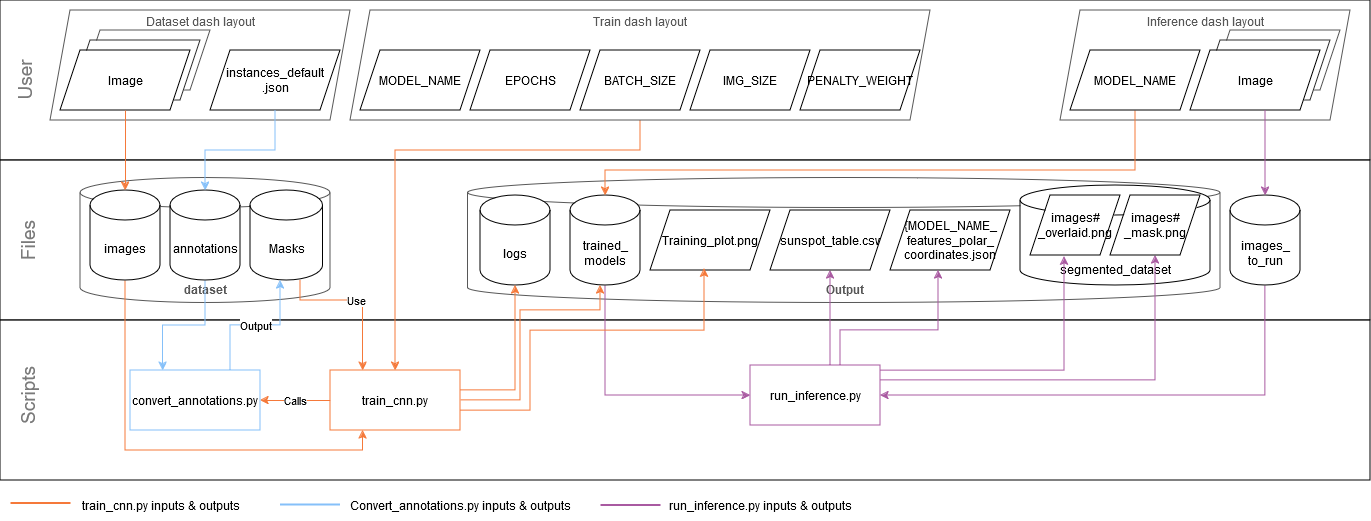
The draw.io diagram assets/Sunspot-dashboard(demo).png in Geoffrey-Vdg/Sunspot-dashboard, before a commit. Source tidied: cells renumbered, new cells last; positions are measured from the earlier drawing's top-left corner, leaving out a move shared by most shapes.
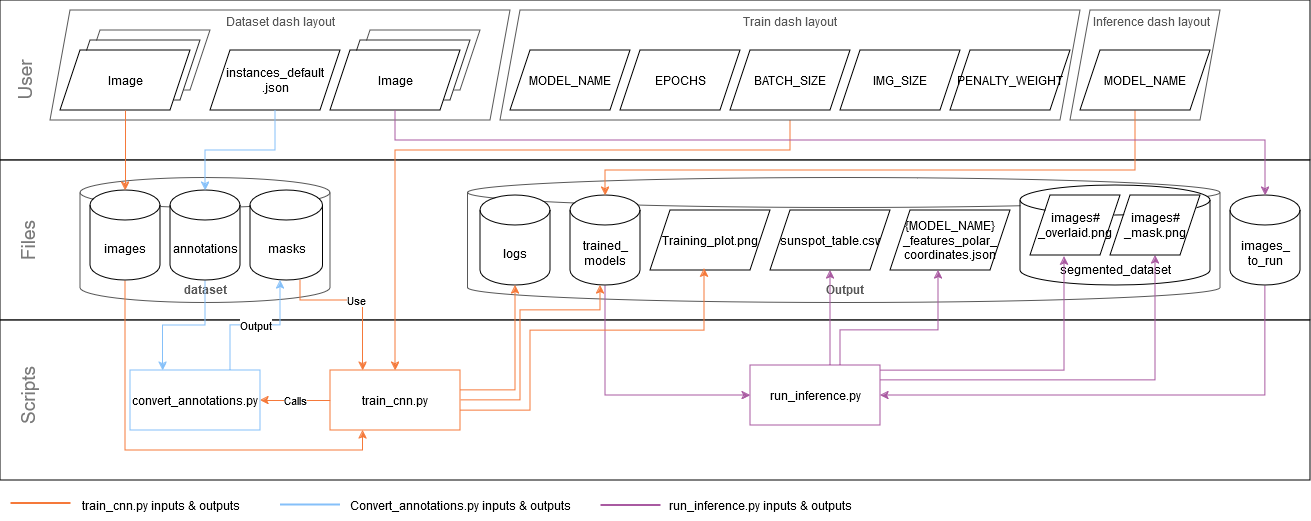
Above is the later version.

Commit message:
updated software architecture image

The edit, as a diff of the source:
```diff
@@ -3,10 +3,10 @@
     <mxCell id="0" />
     <mxCell id="1" parent="0" />
     <mxCell id="2" style="rounded=0;whiteSpace=wrap;html=1;" parent="1" vertex="1">
-      <mxGeometry x="10" width="1370" height="160" as="geometry" />
+      <mxGeometry x="10" width="1310" height="160" as="geometry" />
     </mxCell>
     <mxCell id="3" style="rounded=0;whiteSpace=wrap;html=1;" parent="1" vertex="1">
-      <mxGeometry x="10" y="160" width="1370" height="160" as="geometry" />
+      <mxGeometry x="10" y="160" width="1310" height="160" as="geometry" />
     </mxCell>
     <mxCell id="4" value="&lt;div align=&quot;center&quot;&gt;&lt;font color=&quot;#575757&quot;&gt;&lt;b&gt;&lt;br&gt;&lt;/b&gt;&lt;/font&gt;&lt;/div&gt;&lt;div align=&quot;center&quot;&gt;&lt;font color=&quot;#575757&quot;&gt;&lt;b&gt;&lt;br&gt;&lt;/b&gt;&lt;/font&gt;&lt;/div&gt;&lt;div align=&quot;center&quot;&gt;&lt;font color=&quot;#575757&quot;&gt;&lt;b&gt;&lt;br&gt;&lt;/b&gt;&lt;/font&gt;&lt;/div&gt;&lt;div align=&quot;center&quot;&gt;&lt;font color=&quot;#575757&quot;&gt;&lt;b&gt;&lt;br&gt;&lt;/b&gt;&lt;/font&gt;&lt;/div&gt;&lt;div align=&quot;center&quot;&gt;&lt;font color=&quot;#575757&quot;&gt;&lt;b&gt;&lt;br&gt;&lt;/b&gt;&lt;/font&gt;&lt;/div&gt;&lt;div align=&quot;center&quot;&gt;&lt;font color=&quot;#575757&quot;&gt;&lt;b&gt;dataset&lt;/b&gt;&lt;/font&gt;&lt;/div&gt;" style="shape=cylinder3;whiteSpace=wrap;html=1;boundedLbl=1;backgroundOutline=1;size=15;fillColor=none;align=center;strokeColor=#575757;" parent="1" vertex="1">
       <mxGeometry x="90" y="177.5" width="250" height="125" as="geometry" />
@@ -21,7 +21,7 @@
       <mxGeometry x="477.5" y="177.5" width="752.5" height="125" as="geometry" />
     </mxCell>
     <mxCell id="8" style="rounded=0;whiteSpace=wrap;html=1;" parent="1" vertex="1">
-      <mxGeometry x="10" y="320" width="1370" height="160" as="geometry" />
+      <mxGeometry x="10" y="320" width="1310" height="160" as="geometry" />
     </mxCell>
     <mxCell id="9" value="&lt;font style=&quot;font-size: 19px;&quot; color=&quot;#7a7a7a&quot;&gt;Scripts&lt;/font&gt;" style="text;whiteSpace=wrap;html=1;strokeWidth=1;align=center;rotation=-90;" parent="1" vertex="1">
       <mxGeometry y="380" width="70" height="30" as="geometry" />
@@ -62,7 +62,7 @@
       <mxGeometry x="80" y="40" width="130" height="60" as="geometry" />
     </mxCell>
     <mxCell id="18" value="&lt;div&gt;&lt;font color=&quot;#575757&quot;&gt;Dataset dash layout&lt;/font&gt;&lt;/div&gt;&lt;div&gt;&lt;font color=&quot;#575757&quot;&gt;&lt;br&gt;&lt;/font&gt;&lt;/div&gt;&lt;div&gt;&lt;font color=&quot;#575757&quot;&gt;&lt;br&gt;&lt;/font&gt;&lt;/div&gt;&lt;div&gt;&lt;font color=&quot;#575757&quot;&gt;&lt;br&gt;&lt;/font&gt;&lt;/div&gt;&lt;div&gt;&lt;font color=&quot;#575757&quot;&gt;&lt;br&gt;&lt;/font&gt;&lt;/div&gt;&lt;div&gt;&lt;font color=&quot;#575757&quot;&gt;&lt;br&gt;&lt;/font&gt;&lt;/div&gt;&lt;div&gt;&lt;font color=&quot;#575757&quot;&gt;&lt;br&gt;&lt;/font&gt;&lt;/div&gt;" style="shape=parallelogram;perimeter=parallelogramPerimeter;whiteSpace=wrap;html=1;fixedSize=1;fillColor=none;strokeColor=#575757;" parent="1" vertex="1">
-      <mxGeometry x="60" y="10" width="300" height="110" as="geometry" />
+      <mxGeometry x="60" y="10" width="460" height="110" as="geometry" />
     </mxCell>
     <mxCell id="19" value="Image" style="shape=parallelogram;perimeter=parallelogramPerimeter;whiteSpace=wrap;html=1;fixedSize=1;" parent="1" vertex="1">
       <mxGeometry x="70" y="50" width="130" height="60" as="geometry" />
@@ -101,38 +101,35 @@
         </Array>
       </mxGeometry>
     </mxCell>
-    <mxCell id="28" value="Masks" style="shape=cylinder3;whiteSpace=wrap;html=1;boundedLbl=1;backgroundOutline=1;size=15;" parent="1" vertex="1">
+    <mxCell id="28" value="masks" style="shape=cylinder3;whiteSpace=wrap;html=1;boundedLbl=1;backgroundOutline=1;size=15;" parent="1" vertex="1">
       <mxGeometry x="260" y="190" width="72.5" height="90" as="geometry" />
     </mxCell>
     <mxCell id="29" value="PENALTY_WEIGHT" style="shape=parallelogram;perimeter=parallelogramPerimeter;whiteSpace=wrap;html=1;fixedSize=1;" parent="1" vertex="1">
-      <mxGeometry x="810" y="50" width="120" height="60" as="geometry" />
+      <mxGeometry x="960" y="50" width="120" height="60" as="geometry" />
     </mxCell>
     <mxCell id="30" value="IMG_SIZE" style="shape=parallelogram;perimeter=parallelogramPerimeter;whiteSpace=wrap;html=1;fixedSize=1;" parent="1" vertex="1">
-      <mxGeometry x="700" y="50" width="120" height="60" as="geometry" />
+      <mxGeometry x="850" y="50" width="120" height="60" as="geometry" />
     </mxCell>
     <mxCell id="31" value="BATCH_SIZE" style="shape=parallelogram;perimeter=parallelogramPerimeter;whiteSpace=wrap;html=1;fixedSize=1;" parent="1" vertex="1">
-      <mxGeometry x="590" y="50" width="120" height="60" as="geometry" />
+      <mxGeometry x="740" y="50" width="120" height="60" as="geometry" />
     </mxCell>
     <mxCell id="32" value="EPOCHS" style="shape=parallelogram;perimeter=parallelogramPerimeter;whiteSpace=wrap;html=1;fixedSize=1;" parent="1" vertex="1">
-      <mxGeometry x="480" y="50" width="120" height="60" as="geometry" />
+      <mxGeometry x="630" y="50" width="120" height="60" as="geometry" />
     </mxCell>
     <mxCell id="33" value="MODEL_NAME" style="shape=parallelogram;perimeter=parallelogramPerimeter;whiteSpace=wrap;html=1;fixedSize=1;" parent="1" vertex="1">
-      <mxGeometry x="370" y="50" width="120" height="60" as="geometry" />
+      <mxGeometry x="520" y="50" width="120" height="60" as="geometry" />
     </mxCell>
-    <mxCell id="34" value="&lt;div&gt;&lt;font color=&quot;#575757&quot;&gt;Inference dash layout&lt;/font&gt;&lt;/div&gt;&lt;div&gt;&lt;font color=&quot;#575757&quot;&gt;&lt;br&gt;&lt;/font&gt;&lt;/div&gt;&lt;div&gt;&lt;font color=&quot;#575757&quot;&gt;&lt;br&gt;&lt;/font&gt;&lt;/div&gt;&lt;div&gt;&lt;font color=&quot;#575757&quot;&gt;&lt;br&gt;&lt;/font&gt;&lt;/div&gt;&lt;div&gt;&lt;font color=&quot;#575757&quot;&gt;&lt;br&gt;&lt;/font&gt;&lt;/div&gt;&lt;div&gt;&lt;font color=&quot;#575757&quot;&gt;&lt;br&gt;&lt;/font&gt;&lt;/div&gt;&lt;div&gt;&lt;font color=&quot;#575757&quot;&gt;&lt;br&gt;&lt;/font&gt;&lt;/div&gt;" style="shape=parallelogram;perimeter=parallelogramPerimeter;whiteSpace=wrap;html=1;fixedSize=1;fillColor=none;strokeColor=#575757;" parent="1" vertex="1">
-      <mxGeometry x="1070" y="10" width="290" height="110" as="geometry" />
+    <mxCell id="34" value="&lt;div&gt;&lt;font color=&quot;#575757&quot;&gt;&amp;nbsp;&amp;nbsp;&amp;nbsp; Inference dash layout&lt;/font&gt;&lt;/div&gt;&lt;div&gt;&lt;font color=&quot;#575757&quot;&gt;&lt;br&gt;&lt;/font&gt;&lt;/div&gt;&lt;div&gt;&lt;font color=&quot;#575757&quot;&gt;&lt;br&gt;&lt;/font&gt;&lt;/div&gt;&lt;div&gt;&lt;font color=&quot;#575757&quot;&gt;&lt;br&gt;&lt;/font&gt;&lt;/div&gt;&lt;div&gt;&lt;font color=&quot;#575757&quot;&gt;&lt;br&gt;&lt;/font&gt;&lt;/div&gt;&lt;div&gt;&lt;font color=&quot;#575757&quot;&gt;&lt;br&gt;&lt;/font&gt;&lt;/div&gt;&lt;div&gt;&lt;font color=&quot;#575757&quot;&gt;&lt;br&gt;&lt;/font&gt;&lt;/div&gt;" style="shape=parallelogram;perimeter=parallelogramPerimeter;whiteSpace=wrap;html=1;fixedSize=1;fillColor=none;strokeColor=#575757;" parent="1" vertex="1">
+      <mxGeometry x="1080" y="10" width="150" height="110" as="geometry" />
     </mxCell>
     <mxCell id="35" style="edgeStyle=orthogonalEdgeStyle;rounded=0;jettySize=auto;html=1;strokeColor=#F5793A;" parent="1" edge="1" source="36" target="12">
       <mxGeometry relative="1" as="geometry">
         <Array as="points">
-          <mxPoint x="650" y="150" />
+          <mxPoint x="800" y="150" />
           <mxPoint x="405" y="150" />
         </Array>
       </mxGeometry>
     </mxCell>
-    <mxCell id="36" value="&lt;div&gt;&lt;font color=&quot;#575757&quot;&gt;Train dash layout&lt;/font&gt;&lt;/div&gt;&lt;div&gt;&lt;font color=&quot;#575757&quot;&gt;&lt;br&gt;&lt;/font&gt;&lt;/div&gt;&lt;div&gt;&lt;font color=&quot;#575757&quot;&gt;&lt;br&gt;&lt;/font&gt;&lt;/div&gt;&lt;div&gt;&lt;font color=&quot;#575757&quot;&gt;&lt;br&gt;&lt;/font&gt;&lt;/div&gt;&lt;div&gt;&lt;font color=&quot;#575757&quot;&gt;&lt;br&gt;&lt;/font&gt;&lt;/div&gt;&lt;div&gt;&lt;font color=&quot;#575757&quot;&gt;&lt;br&gt;&lt;/font&gt;&lt;/div&gt;&lt;div&gt;&lt;font color=&quot;#575757&quot;&gt;&lt;br&gt;&lt;/font&gt;&lt;/div&gt;" style="shape=parallelogram;perimeter=parallelogramPerimeter;whiteSpace=wrap;html=1;fixedSize=1;fillColor=none;strokeColor=#575757;" parent="1" vertex="1">
-      <mxGeometry x="360" y="10" width="580" height="110" as="geometry" />
-    </mxCell>
     <mxCell id="37" value="Output" style="edgeStyle=orthogonalEdgeStyle;rounded=0;jettySize=auto;html=1;strokeColor=#85C0F9;" parent="1" edge="1" source="13">
       <mxGeometry relative="1" as="geometry">
         <mxPoint x="290" y="280" as="targetPoint" />
@@ -179,13 +176,13 @@
       </mxGeometry>
     </mxCell>
     <mxCell id="45" style="shape=parallelogram;perimeter=parallelogramPerimeter;whiteSpace=wrap;html=1;fixedSize=1;strokeColor=#575757;" parent="1" vertex="1">
-      <mxGeometry x="1220" y="30" width="130" height="60" as="geometry" />
+      <mxGeometry x="360" y="30" width="130" height="60" as="geometry" />
     </mxCell>
     <mxCell id="46" style="shape=parallelogram;perimeter=parallelogramPerimeter;whiteSpace=wrap;html=1;fixedSize=1;strokeColor=#303030;" parent="1" vertex="1">
-      <mxGeometry x="1210" y="40" width="130" height="60" as="geometry" />
+      <mxGeometry x="350" y="40" width="130" height="60" as="geometry" />
     </mxCell>
     <mxCell id="47" value="&lt;div&gt;Image&lt;/div&gt;" style="shape=parallelogram;perimeter=parallelogramPerimeter;whiteSpace=wrap;html=1;fixedSize=1;" parent="1" vertex="1">
-      <mxGeometry x="1200" y="50" width="130" height="60" as="geometry" />
+      <mxGeometry x="340" y="50" width="130" height="60" as="geometry" />
     </mxCell>
     <mxCell id="48" style="edgeStyle=orthogonalEdgeStyle;rounded=0;jettySize=auto;html=1;entryX=1;entryY=0.5;entryDx=0;entryDy=0;strokeColor=#A95AA1;" parent="1" edge="1" source="49" target="15">
       <mxGeometry relative="1" as="geometry">
@@ -197,15 +194,7 @@
     <mxCell id="49" value="&lt;div&gt;images_&lt;/div&gt;&lt;div&gt;to_run&lt;/div&gt;" style="shape=cylinder3;whiteSpace=wrap;html=1;boundedLbl=1;backgroundOutline=1;size=15;" parent="1" vertex="1">
       <mxGeometry x="1240" y="195" width="70" height="90" as="geometry" />
     </mxCell>
-    <mxCell id="50" style="edgeStyle=orthogonalEdgeStyle;rounded=0;jettySize=auto;html=1;entryX=0.5;entryY=0;entryDx=0;entryDy=0;entryPerimeter=0;strokeColor=#A95AA1;" parent="1" edge="1" source="47" target="49">
-      <mxGeometry relative="1" as="geometry">
-        <Array as="points">
-          <mxPoint x="1275" y="130" />
-          <mxPoint x="1275" y="130" />
-        </Array>
-      </mxGeometry>
-    </mxCell>
-    <mxCell id="51" value="&lt;div&gt;{MODEL_NAME_&lt;/div&gt;&lt;div&gt;features_polar_&lt;/div&gt;&lt;div&gt;coordinates.json&lt;/div&gt;" style="shape=parallelogram;perimeter=parallelogramPerimeter;whiteSpace=wrap;html=1;fixedSize=1;" parent="1" vertex="1">
+    <mxCell id="51" value="&lt;div&gt;{MODEL_NAME}&lt;/div&gt;&lt;div&gt;_features_polar_&lt;/div&gt;&lt;div&gt;coordinates.json&lt;/div&gt;" style="shape=parallelogram;perimeter=parallelogramPerimeter;whiteSpace=wrap;html=1;fixedSize=1;" parent="1" vertex="1">
       <mxGeometry x="900" y="210" width="120" height="60" as="geometry" />
     </mxCell>
     <mxCell id="52" value="sunspot_table.csv" style="shape=parallelogram;perimeter=parallelogramPerimeter;whiteSpace=wrap;html=1;fixedSize=1;" parent="1" vertex="1">
@@ -227,7 +216,7 @@
       </mxGeometry>
     </mxCell>
     <mxCell id="55" value="MODEL_NAME" style="shape=parallelogram;perimeter=parallelogramPerimeter;whiteSpace=wrap;html=1;fixedSize=1;" parent="1" vertex="1">
-      <mxGeometry x="1080" y="50" width="130" height="60" as="geometry" />
+      <mxGeometry x="1090" y="50" width="130" height="60" as="geometry" />
     </mxCell>
     <mxCell id="56" style="edgeStyle=orthogonalEdgeStyle;rounded=0;jettySize=auto;html=1;entryX=0.4;entryY=1;entryDx=0;entryDy=0;entryPerimeter=0;strokeColor=#A95AA1;" parent="1" edge="1" source="15" target="51">
       <mxGeometry relative="1" as="geometry">
@@ -280,5 +269,16 @@
     <mxCell id="65" value="Convert_annotations.py inputs &amp;amp; outputs" style="text;html=1;align=center;verticalAlign=middle;strokeColor=none;fillColor=none;" parent="1" vertex="1">
       <mxGeometry x="350" y="490" width="240" height="30" as="geometry" />
     </mxCell>
+    <mxCell id="36" value="&lt;div&gt;&lt;font color=&quot;#575757&quot;&gt;Train dash layout&lt;/font&gt;&lt;/div&gt;&lt;div&gt;&lt;font color=&quot;#575757&quot;&gt;&lt;br&gt;&lt;/font&gt;&lt;/div&gt;&lt;div&gt;&lt;font color=&quot;#575757&quot;&gt;&lt;br&gt;&lt;/font&gt;&lt;/div&gt;&lt;div&gt;&lt;font color=&quot;#575757&quot;&gt;&lt;br&gt;&lt;/font&gt;&lt;/div&gt;&lt;div&gt;&lt;font color=&quot;#575757&quot;&gt;&lt;br&gt;&lt;/font&gt;&lt;/div&gt;&lt;div&gt;&lt;font color=&quot;#575757&quot;&gt;&lt;br&gt;&lt;/font&gt;&lt;/div&gt;&lt;div&gt;&lt;font color=&quot;#575757&quot;&gt;&lt;br&gt;&lt;/font&gt;&lt;/div&gt;" style="shape=parallelogram;perimeter=parallelogramPerimeter;whiteSpace=wrap;html=1;fixedSize=1;fillColor=none;strokeColor=#575757;" parent="1" vertex="1">
+      <mxGeometry x="510" y="10" width="580" height="110" as="geometry" />
+    </mxCell>
+    <mxCell id="50" style="edgeStyle=orthogonalEdgeStyle;rounded=0;jettySize=auto;html=1;entryX=0.5;entryY=0;entryDx=0;entryDy=0;entryPerimeter=0;strokeColor=#A95AA1;" parent="1" edge="1" source="47" target="49">
+      <mxGeometry relative="1" as="geometry">
+        <Array as="points">
+          <mxPoint x="405" y="140" />
+          <mxPoint x="1275" y="140" />
+        </Array>
+      </mxGeometry>
+    </mxCell>
   </root>
 </mxGraphModel>
```
